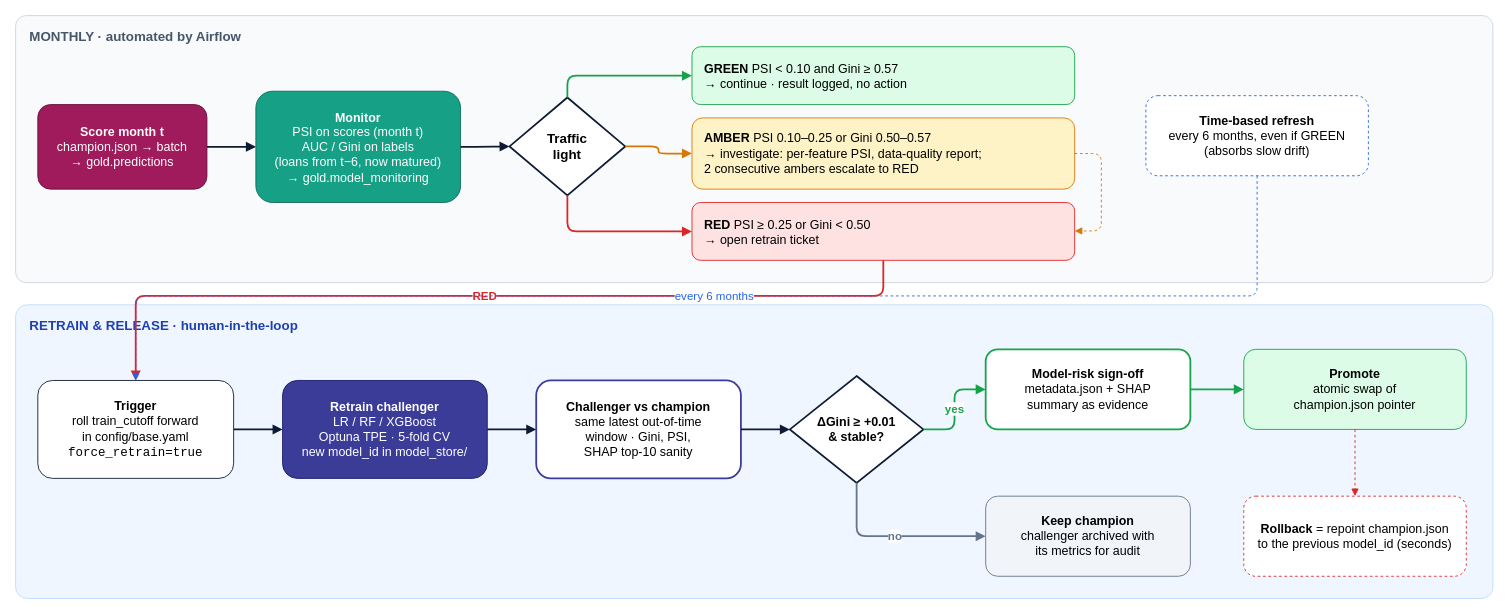
The draw.io diagram docs/governance_sop.drawio in lil-yx/cs611-mle-assignment2, before the edit. Source tidied: cells renumbered, new cells numbered last; positions are measured from the earlier drawing's top-left corner, leaving out a move shared by most shapes. Both pictures are drawn from the tidied source at 89%, with x=0, y=0 at pixel (15, 15).
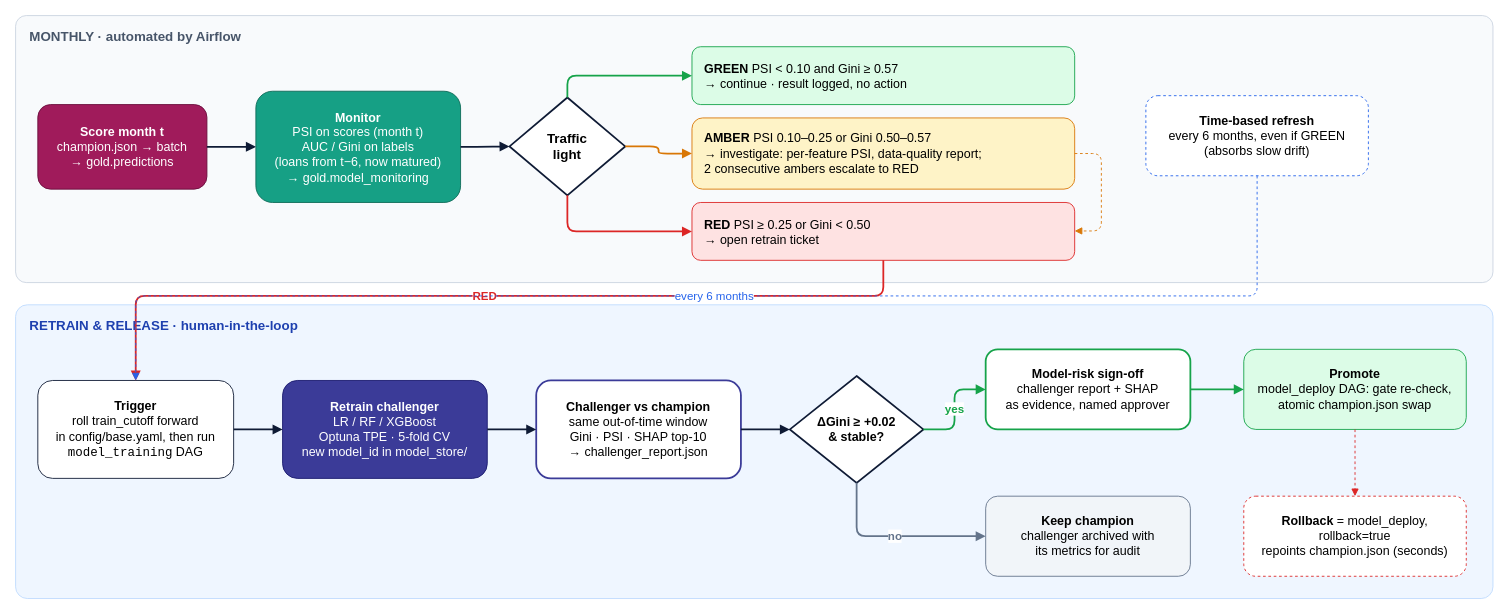
Above is the later version.

Change to the diagram source:
```diff
@@
-    <mxCell id="11" value="&lt;b&gt;Trigger&lt;/b&gt;&lt;br&gt;roll train_cutoff forward&lt;br&gt;in config/base.yaml&lt;br&gt;&lt;font face='Courier New'&gt;force_retrain=true&lt;/font&gt;" style="rounded=1;whiteSpace=wrap;html=1;fillColor=#FFFFFF;strokeColor=#0F1B35;fontSize=14;" parent="1" vertex="1">
+    <mxCell id="11" value="&lt;b&gt;Trigger&lt;/b&gt;&lt;br&gt;roll train_cutoff forward&lt;br&gt;in config/base.yaml, then run&lt;br&gt;&lt;font face='Courier New'&gt;model_training&lt;/font&gt; DAG" style="rounded=1;whiteSpace=wrap;html=1;fillColor=#FFFFFF;strokeColor=#0F1B35;fontSize=14;" parent="1" vertex="1">
       <mxGeometry x="25" y="410" width="220" height="110" as="geometry" />
     </mxCell>
@@
-    <mxCell id="13" value="&lt;b&gt;Challenger vs champion&lt;/b&gt;&lt;br&gt;same latest out-of-time&lt;br&gt;window · Gini, PSI,&lt;br&gt;SHAP top-10 sanity" style="rounded=1;whiteSpace=wrap;html=1;fillColor=#FFFFFF;strokeColor=#3B3B98;strokeWidth=2;fontSize=14;" parent="1" vertex="1">
+    <mxCell id="13" value="&lt;b&gt;Challenger vs champion&lt;/b&gt;&lt;br&gt;same out-of-time window&lt;br&gt;Gini · PSI · SHAP top-10&lt;br&gt;→ challenger_report.json" style="rounded=1;whiteSpace=wrap;html=1;fillColor=#FFFFFF;strokeColor=#3B3B98;strokeWidth=2;fontSize=14;" parent="1" vertex="1">
       <mxGeometry x="585" y="410" width="230" height="110" as="geometry" />
     </mxCell>
-    <mxCell id="14" value="&lt;b&gt;ΔGini ≥ +0.01&lt;br&gt;&amp;amp; stable?&lt;/b&gt;" style="rhombus;whiteSpace=wrap;html=1;fillColor=#FFFFFF;strokeColor=#0F1B35;strokeWidth=2;fontSize=14;" parent="1" vertex="1">
+    <mxCell id="14" value="&lt;b&gt;ΔGini ≥ +0.02&lt;br&gt;&amp;amp; stable?&lt;/b&gt;" style="rhombus;whiteSpace=wrap;html=1;fillColor=#FFFFFF;strokeColor=#0F1B35;strokeWidth=2;fontSize=14;" parent="1" vertex="1">
       <mxGeometry x="870" y="405" width="150" height="120" as="geometry" />
     </mxCell>
-    <mxCell id="15" value="&lt;b&gt;Model-risk sign-off&lt;/b&gt;&lt;br&gt;metadata.json + SHAP&lt;br&gt;summary as evidence" style="rounded=1;whiteSpace=wrap;html=1;fillColor=#FFFFFF;strokeColor=#16A34A;strokeWidth=2;fontSize=14;" parent="1" vertex="1">
+    <mxCell id="15" value="&lt;b&gt;Model-risk sign-off&lt;/b&gt;&lt;br&gt;challenger report + SHAP&lt;br&gt;as evidence, named approver" style="rounded=1;whiteSpace=wrap;html=1;fillColor=#FFFFFF;strokeColor=#16A34A;strokeWidth=2;fontSize=14;" parent="1" vertex="1">
       <mxGeometry x="1090" y="375" width="230" height="90" as="geometry" />
     </mxCell>
-    <mxCell id="16" value="&lt;b&gt;Promote&lt;/b&gt;&lt;br&gt;atomic swap of&lt;br&gt;champion.json pointer" style="rounded=1;whiteSpace=wrap;html=1;fillColor=#DCFCE7;strokeColor=#16A34A;fontSize=14;" parent="1" vertex="1">
+    <mxCell id="16" value="&lt;b&gt;Promote&lt;/b&gt;&lt;br&gt;model_deploy DAG: gate re-check,&lt;br&gt;atomic champion.json swap" style="rounded=1;whiteSpace=wrap;html=1;fillColor=#DCFCE7;strokeColor=#16A34A;fontSize=14;" parent="1" vertex="1">
       <mxGeometry x="1380" y="375" width="250" height="90" as="geometry" />
     </mxCell>
@@
-    <mxCell id="18" value="&lt;b&gt;Rollback&lt;/b&gt; = repoint champion.json&lt;br&gt;to the previous model_id (seconds)" style="rounded=1;whiteSpace=wrap;html=1;fillColor=#FFFFFF;strokeColor=#DC2626;dashed=1;fontSize=14;" parent="1" vertex="1">
+    <mxCell id="18" value="&lt;b&gt;Rollback&lt;/b&gt; = model_deploy, rollback=true&lt;br&gt;repoints champion.json (seconds)" style="rounded=1;whiteSpace=wrap;html=1;fillColor=#FFFFFF;strokeColor=#DC2626;dashed=1;fontSize=14;" parent="1" vertex="1">
       <mxGeometry x="1380" y="540" width="250" height="90" as="geometry" />
     </mxCell>
```
